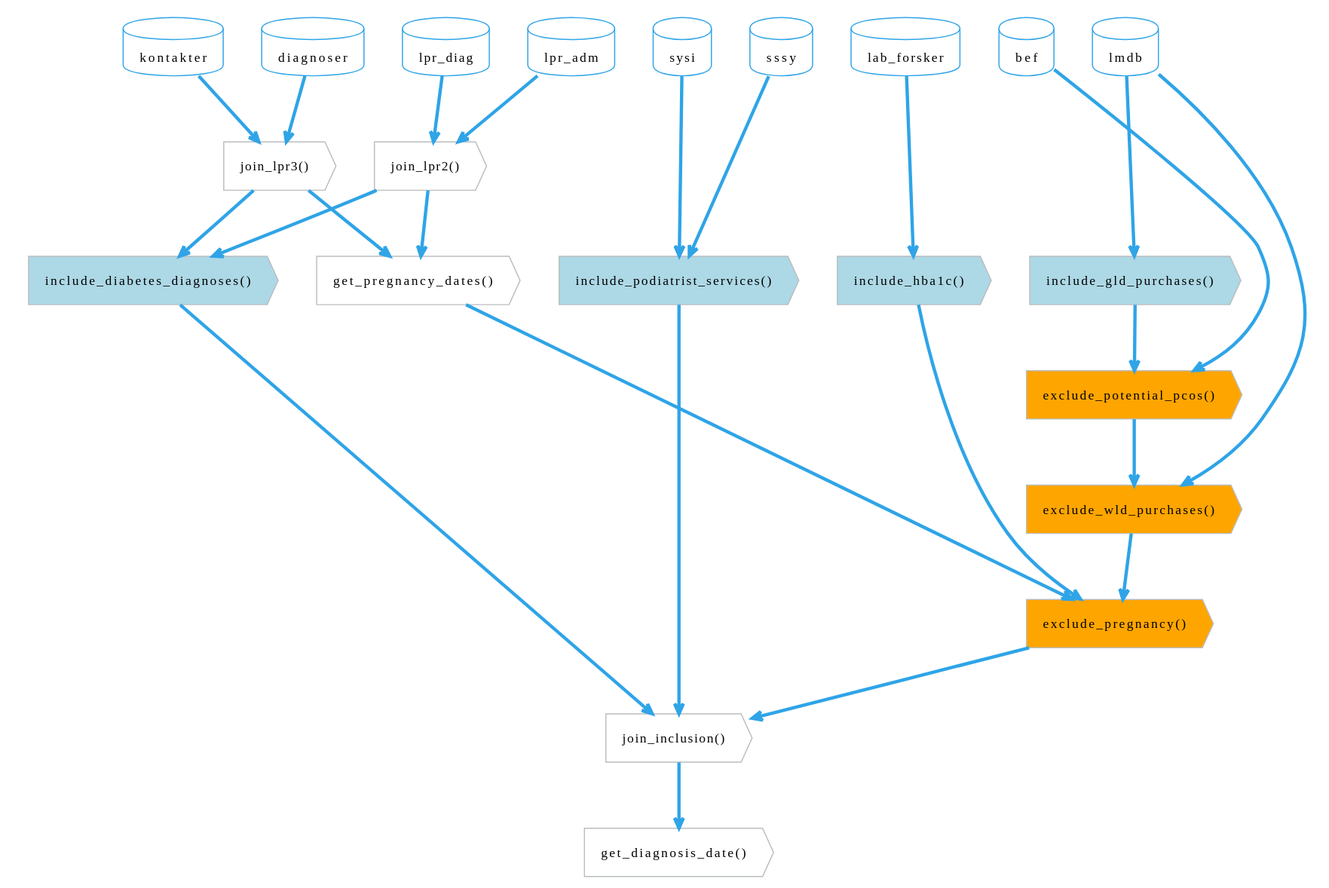
The PlantUML diagram vignettes/images/function-flow-population.svg in steno-aarhus/osdc, before a commit. The source it was exported from:
```plantuml
@startuml
!theme cerulean-outline
<style>
action, card, database, rectangle {
    FontColor black
}
.inclusion {
    BackgroundColor lightblue
}
.exclusion {
    BackgroundColor orange
}
</style>

hide <<inclusion>> stereotype
hide <<exclusion>> stereotype

    together {
        database sssy
        database sysi
        database lpr_diag
        database lpr_adm
        database lmdb
        database lab_forsker
        database kontakter
        database diagnoser
        database bef
    }
    together {
            action "join_lpr2()" as lpr2
            action "join_lpr3()" as lpr3
    }

    together {
        action "exclude_pregnancy()" as ex_pregnancy <<exclusion>>
        action "exclude_wld_purchases()" as ex_wld <<exclusion>>
        action "exclude_potential_pcos()" as ex_pcos <<exclusion>>
    }
    together {
        action "include_diabetes_diagnoses()" as in_diagnoses <<inclusion>>
        action "include_hba1c()" as in_hba1c <<inclusion>>
        action "include_podiatrist_services()" as in_podiatrist <<inclusion>>
        action "include_gld_purchases()" as in_gld <<inclusion>>
        action "get_pregnancy_dates()" as pregnancy
    }

    action "join_inclusion()" as join_inclusion
    action "get_diagnosis_date()" as diagnosis_date

    lpr_diag --> lpr2
    lpr_adm --> lpr2
    kontakter --> lpr3
    diagnoser --> lpr3

    sssy --> in_podiatrist
    sysi --> in_podiatrist
    in_podiatrist --> join_inclusion

    lab_forsker --> in_hba1c
    in_hba1c --> ex_pregnancy
    ex_pregnancy --> join_inclusion

    lmdb --> in_gld
    in_gld --> ex_pcos
    ex_pcos --> ex_wld
    ex_wld --> ex_pregnancy

    lpr2 --> in_diagnoses
    lpr3 --> in_diagnoses
    in_diagnoses --> join_inclusion

    bef --> ex_pcos
    lmdb --> ex_wld
    lpr2 --> pregnancy
    lpr3 --> pregnancy
    pregnancy --> ex_pregnancy
    join_inclusion --> diagnosis_date
@enduml
```
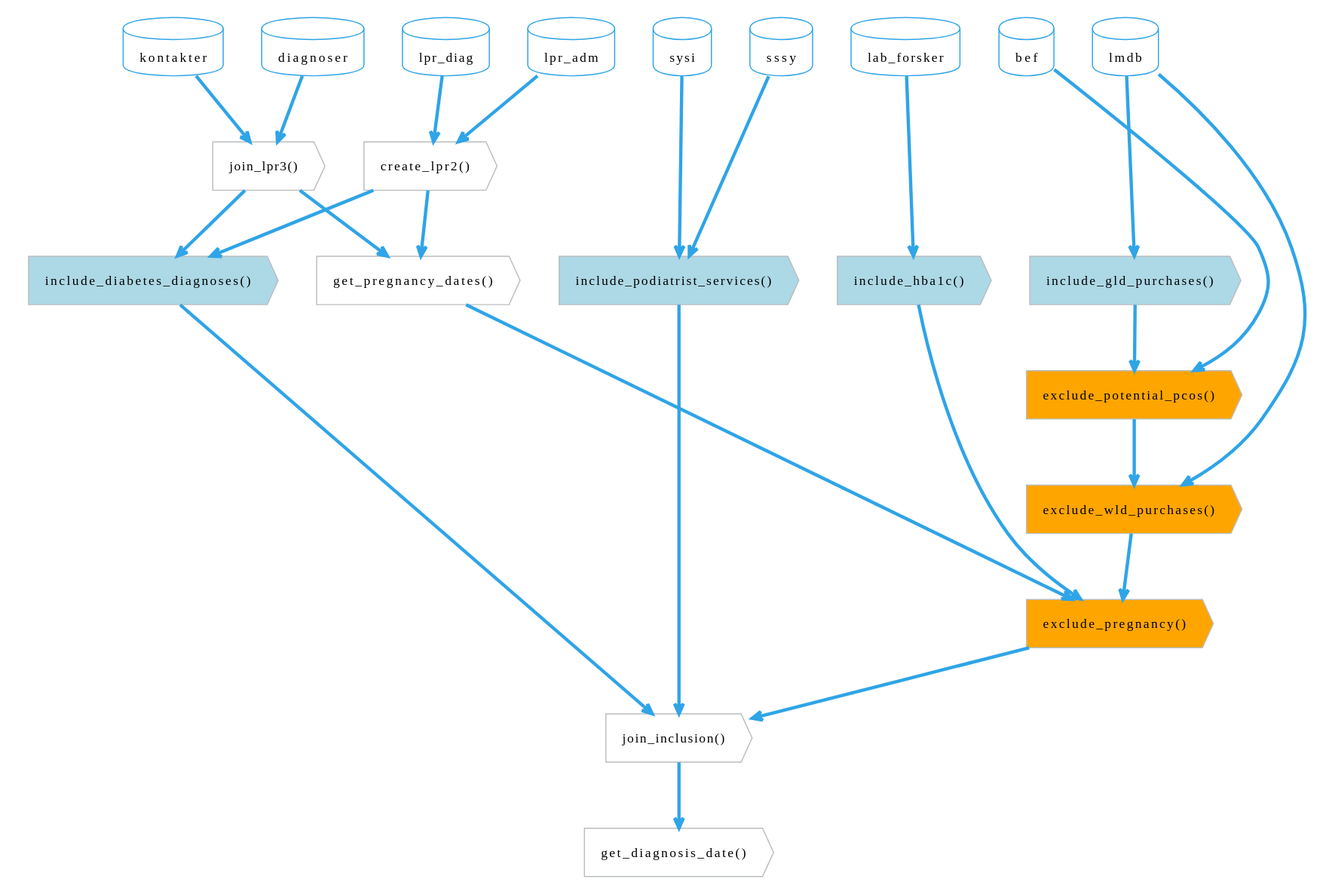
After the commit.

Commit message:
docs: :building_construction: LPR2 creation as own diagram (#151)

The edit, as a diff of the source:
```diff
@@ -27,7 +27,7 @@
         database bef
     }
     together {
-            action "join_lpr2()" as lpr2
+            action "create_lpr2()" as lpr2
             action "join_lpr3()" as lpr3
     }
 
```
